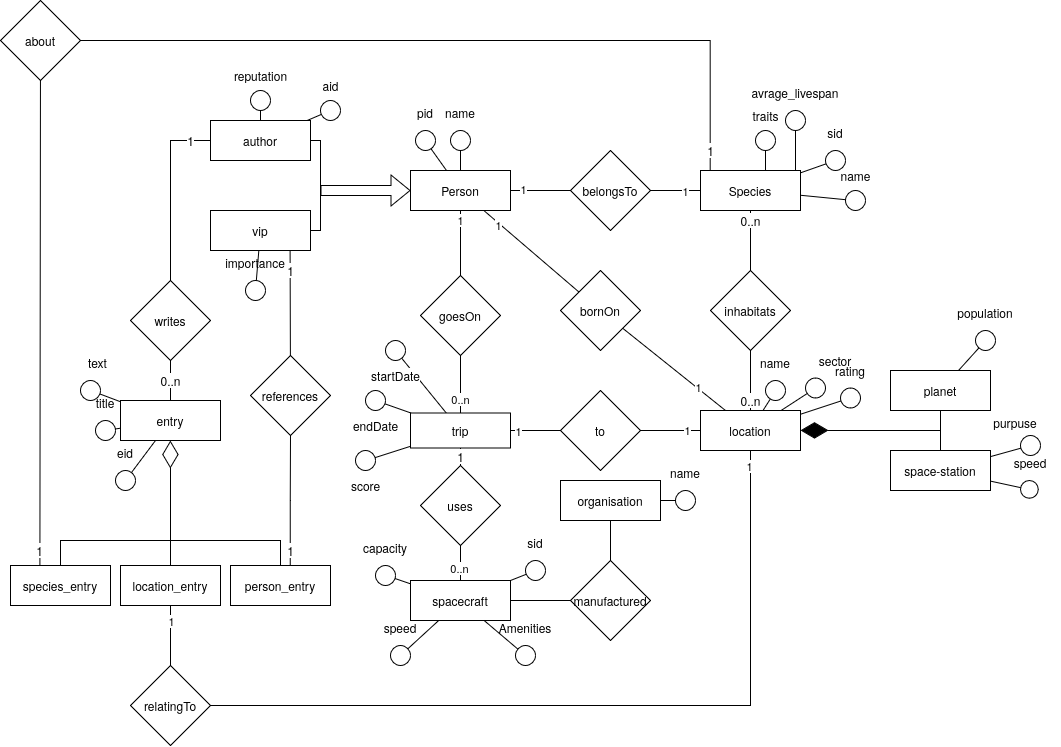
This is hhgttg-diagramm.drawio.png from MassimiIiano/hhgttg-db, a draw.io export, as it was before one commit. Source tidied: cells renumbered, new cells last; positions are measured from the earlier drawing's top-left corner, leaving out a move shared by most shapes.
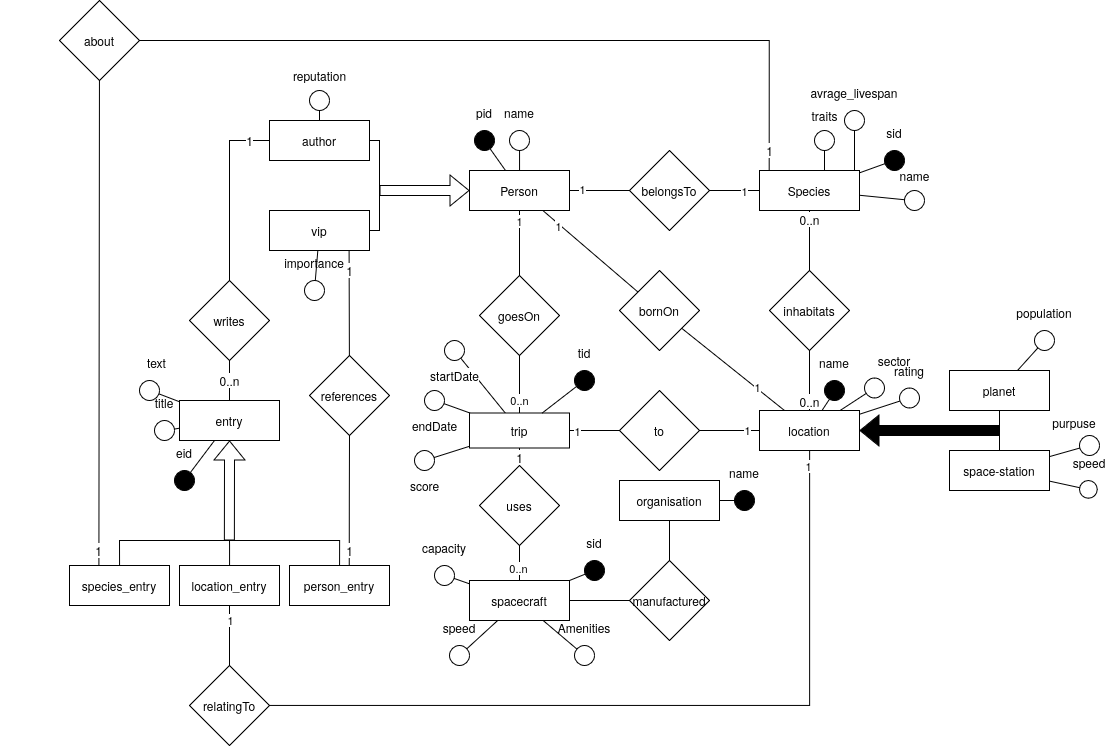
The same diagram one commit later.

The edit, as a diff of the source:
```diff
@@ -98,7 +98,7 @@
     <mxCell id="30" value="name" style="group;" parent="1" vertex="1">
       <mxGeometry x="750" y="350" width="50" height="50" as="geometry" />
     </mxCell>
-    <mxCell id="31" style="ellipse;whiteSpace=wrap;html=1;rounded=0;strokeColor=default;align=center;verticalAlign=middle;fontFamily=Helvetica;fontSize=12;fontColor=default;labelBackgroundColor=default;fillColor=default;" parent="30" vertex="1">
+    <mxCell id="31" style="ellipse;whiteSpace=wrap;html=1;rounded=0;strokeColor=default;align=center;verticalAlign=middle;fontFamily=Helvetica;fontSize=12;fontColor=default;labelBackgroundColor=default;fillColor=#000000;" parent="30" vertex="1">
       <mxGeometry x="15" y="30" width="20" height="20" as="geometry" />
     </mxCell>
     <mxCell id="32" style="edgeStyle=none;rounded=0;jettySize=auto;html=1;strokeColor=default;align=center;verticalAlign=middle;fontFamily=Helvetica;fontSize=12;fontColor=default;labelBackgroundColor=default;endArrow=none;endFill=0;" parent="1" edge="1" source="31" target="14">
@@ -186,7 +186,7 @@
     <mxCell id="57" value="sid" style="group;" parent="1" vertex="1">
       <mxGeometry x="810" y="120" width="50" height="50" as="geometry" />
     </mxCell>
-    <mxCell id="58" style="ellipse;whiteSpace=wrap;html=1;rounded=0;strokeColor=default;align=center;verticalAlign=middle;fontFamily=Helvetica;fontSize=12;fontColor=default;labelBackgroundColor=default;fillColor=default;" parent="57" vertex="1">
+    <mxCell id="58" style="ellipse;whiteSpace=wrap;html=1;rounded=0;strokeColor=default;align=center;verticalAlign=middle;fontFamily=Helvetica;fontSize=12;fontColor=default;labelBackgroundColor=default;fillColor=#000000;" parent="57" vertex="1">
       <mxGeometry x="15" y="30" width="20" height="20" as="geometry" />
     </mxCell>
     <mxCell id="59" style="edgeStyle=none;rounded=0;jettySize=auto;html=1;strokeColor=default;align=center;verticalAlign=middle;fontFamily=Helvetica;fontSize=12;fontColor=default;labelBackgroundColor=default;endArrow=none;endFill=0;" parent="1" edge="1" source="58" target="10">
@@ -195,7 +195,7 @@
     <mxCell id="60" value="pid" style="group;" parent="1" vertex="1">
       <mxGeometry x="400" y="100" width="50" height="50" as="geometry" />
     </mxCell>
-    <mxCell id="61" style="ellipse;whiteSpace=wrap;html=1;rounded=0;strokeColor=default;align=center;verticalAlign=middle;fontFamily=Helvetica;fontSize=12;fontColor=default;labelBackgroundColor=default;fillColor=default;" parent="60" vertex="1">
+    <mxCell id="61" style="ellipse;whiteSpace=wrap;html=1;rounded=0;strokeColor=default;align=center;verticalAlign=middle;fontFamily=Helvetica;fontSize=12;fontColor=default;labelBackgroundColor=default;fillColor=#000000;" parent="60" vertex="1">
       <mxGeometry x="15" y="30" width="20" height="20" as="geometry" />
     </mxCell>
     <mxCell id="62" style="edgeStyle=none;rounded=0;jettySize=auto;html=1;strokeColor=default;align=center;verticalAlign=middle;fontFamily=Helvetica;fontSize=12;fontColor=default;labelBackgroundColor=default;endArrow=none;endFill=0;" parent="1" edge="1" source="61" target="8">
@@ -216,7 +216,7 @@
     <mxCell id="67" value="name" style="group;" parent="1" vertex="1">
       <mxGeometry x="660" y="460" width="50" height="50" as="geometry" />
     </mxCell>
-    <mxCell id="68" style="ellipse;whiteSpace=wrap;html=1;rounded=0;strokeColor=default;align=center;verticalAlign=middle;fontFamily=Helvetica;fontSize=12;fontColor=default;labelBackgroundColor=default;fillColor=default;" parent="67" vertex="1">
+    <mxCell id="68" style="ellipse;whiteSpace=wrap;html=1;rounded=0;strokeColor=default;align=center;verticalAlign=middle;fontFamily=Helvetica;fontSize=12;fontColor=default;labelBackgroundColor=default;fillColor=#000000;" parent="67" vertex="1">
       <mxGeometry x="15" y="30" width="20" height="20" as="geometry" />
     </mxCell>
     <mxCell id="69" value="1" style="edgeStyle=none;rounded=0;jettySize=auto;html=1;strokeColor=default;align=center;verticalAlign=middle;fontFamily=Helvetica;fontSize=12;fontColor=default;labelBackgroundColor=default;endArrow=none;endFill=0;exitX=0.294;exitY=0.022;exitDx=0;exitDy=0;exitPerimeter=0;" parent="1" edge="1" source="70" target="96">
@@ -236,8 +236,10 @@
         <mxPoint x="170" y="540" as="targetPoint" />
       </mxGeometry>
     </mxCell>
-    <mxCell id="74" style="edgeStyle=none;shape=connector;rounded=0;jettySize=auto;html=1;strokeColor=#000000;align=center;verticalAlign=middle;fontFamily=Helvetica;fontSize=11;fontColor=default;labelBackgroundColor=default;endArrow=diamondThin;endFill=0;endSize=25;fillColor=#000000;" parent="1" edge="1" source="75" target="65">
-      <mxGeometry relative="1" as="geometry" />
+    <mxCell id="74" style="edgeStyle=none;shape=flexArrow;rounded=0;jettySize=auto;html=1;align=center;verticalAlign=middle;fontFamily=Helvetica;fontSize=11;fontColor=default;labelBackgroundColor=default;endArrow=diamondThin;endFill=0;endSize=6;startSize=6;" parent="1" edge="1" target="65">
+      <mxGeometry relative="1" as="geometry">
+        <mxPoint x="169.8" y="540" as="sourcePoint" />
+      </mxGeometry>
     </mxCell>
     <mxCell id="75" value="location_entry" style="whiteSpace=wrap;html=1;align=center;rounded=0;strokeColor=default;verticalAlign=middle;fontFamily=Helvetica;fontSize=12;fontColor=default;fillColor=default;" parent="1" vertex="1">
       <mxGeometry x="120" y="565" width="100" height="40" as="geometry" />
@@ -259,7 +261,7 @@
     <mxCell id="79" value="eid" style="group;" parent="1" vertex="1">
       <mxGeometry x="100" y="440" width="50" height="50" as="geometry" />
     </mxCell>
-    <mxCell id="80" style="ellipse;whiteSpace=wrap;html=1;rounded=0;strokeColor=default;align=center;verticalAlign=middle;fontFamily=Helvetica;fontSize=12;fontColor=default;labelBackgroundColor=default;fillColor=default;" parent="79" vertex="1">
+    <mxCell id="80" style="ellipse;whiteSpace=wrap;html=1;rounded=0;strokeColor=default;align=center;verticalAlign=middle;fontFamily=Helvetica;fontSize=12;fontColor=default;labelBackgroundColor=default;fillColor=#000000;" parent="79" vertex="1">
       <mxGeometry x="15" y="30" width="20" height="20" as="geometry" />
     </mxCell>
     <mxCell id="81" style="edgeStyle=none;rounded=0;jettySize=auto;html=1;strokeColor=default;align=center;verticalAlign=middle;fontFamily=Helvetica;fontSize=12;fontColor=default;labelBackgroundColor=default;endArrow=none;endFill=0;" parent="1" edge="1" source="80" target="65">
@@ -310,13 +312,10 @@
     <mxCell id="96" value="about" style="rhombus;whiteSpace=wrap;html=1;rounded=0;" parent="1" vertex="1">
       <mxGeometry width="80" height="80" as="geometry" />
     </mxCell>
-    <mxCell id="97" style="edgeStyle=none;rounded=0;jettySize=auto;html=1;strokeColor=default;align=center;verticalAlign=middle;fontFamily=Helvetica;fontSize=12;fontColor=default;labelBackgroundColor=default;endArrow=none;endFill=0;" parent="1" edge="1" source="125" target="43">
-      <mxGeometry relative="1" as="geometry" />
-    </mxCell>
     <mxCell id="98" value="sid" style="group;" parent="1" vertex="1">
       <mxGeometry x="510" y="530" width="50" height="50" as="geometry" />
     </mxCell>
-    <mxCell id="99" style="ellipse;whiteSpace=wrap;html=1;rounded=0;strokeColor=default;align=center;verticalAlign=middle;fontFamily=Helvetica;fontSize=12;fontColor=default;labelBackgroundColor=default;fillColor=default;" parent="98" vertex="1">
+    <mxCell id="99" style="ellipse;whiteSpace=wrap;html=1;rounded=0;strokeColor=default;align=center;verticalAlign=middle;fontFamily=Helvetica;fontSize=12;fontColor=default;labelBackgroundColor=default;fillColor=#000000;" parent="98" vertex="1">
       <mxGeometry x="15" y="30" width="20" height="20" as="geometry" />
     </mxCell>
     <mxCell id="100" style="edgeStyle=none;rounded=0;jettySize=auto;html=1;strokeColor=default;align=center;verticalAlign=middle;fontFamily=Helvetica;fontSize=12;fontColor=default;labelBackgroundColor=default;endArrow=none;endFill=0;" parent="1" edge="1" source="99" target="53">
@@ -361,7 +360,7 @@
     <mxCell id="113" value="space-station" style="whiteSpace=wrap;html=1;align=center;rounded=0;strokeColor=default;verticalAlign=middle;fontFamily=Helvetica;fontSize=12;fontColor=default;fillColor=default;" parent="1" vertex="1">
       <mxGeometry x="890" y="450" width="100" height="40" as="geometry" />
     </mxCell>
-    <mxCell id="114" style="endArrow=diamondThin;html=1;rounded=0;fillColor=#000000;endFill=1;endSize=25;" parent="1" edge="1" target="14">
+    <mxCell id="114" style="endArrow=diamondThin;html=1;rounded=0;fillColor=#000000;endFill=1;shape=flexArrow;" parent="1" edge="1" target="14">
       <mxGeometry relative="1" as="geometry">
         <mxPoint x="940" y="430" as="sourcePoint" />
       </mxGeometry>
@@ -393,15 +392,6 @@
     <mxCell id="123" style="rounded=0;jettySize=auto;html=1;endArrow=none;endFill=0;" parent="1" edge="1" source="122" target="112">
       <mxGeometry relative="1" as="geometry" />
     </mxCell>
-    <mxCell id="124" style="group;" parent="1" vertex="1">
-      <mxGeometry x="310" y="70" width="40" height="50" as="geometry" />
-    </mxCell>
-    <mxCell id="125" style="ellipse;whiteSpace=wrap;html=1;rounded=0;strokeColor=default;align=center;verticalAlign=middle;fontFamily=Helvetica;fontSize=12;fontColor=default;labelBackgroundColor=default;fillColor=default;" parent="124" vertex="1">
-      <mxGeometry x="10" y="30" width="20" height="20" as="geometry" />
-    </mxCell>
-    <mxCell id="126" value="aid" style="text;html=1;align=center;verticalAlign=middle;strokeColor=none;fillColor=none;fontFamily=Helvetica;fontSize=12;fontColor=default;labelBackgroundColor=default;" parent="124" vertex="1">
-      <mxGeometry width="40" height="30" as="geometry" />
-    </mxCell>
     <mxCell id="127" style="group;" parent="1" vertex="1">
       <mxGeometry x="370" y="340" width="60" height="50" as="geometry" />
     </mxCell>
@@ -471,5 +461,17 @@
     <mxCell id="149" style="rounded=0;jettySize=auto;html=1;endArrow=none;startFill=0;" parent="1" edge="1" source="147" target="137">
       <mxGeometry relative="1" as="geometry" />
     </mxCell>
+    <mxCell id="150" value="&amp;nbsp;" style="text;whiteSpace=wrap;html=1;fontFamily=Helvetica;fontSize=11;fontColor=default;labelBackgroundColor=default;" parent="1" vertex="1">
+      <mxGeometry x="-60" y="320" width="40" height="40" as="geometry" />
+    </mxCell>
+    <mxCell id="151" value="tid" style="group;" parent="1" vertex="1">
+      <mxGeometry x="500" y="340" width="50" height="50" as="geometry" />
+    </mxCell>
+    <mxCell id="152" style="ellipse;whiteSpace=wrap;html=1;rounded=0;strokeColor=default;align=center;verticalAlign=middle;fontFamily=Helvetica;fontSize=12;fontColor=default;labelBackgroundColor=default;fillColor=#000000;" parent="151" vertex="1">
+      <mxGeometry x="15" y="30" width="20" height="20" as="geometry" />
+    </mxCell>
+    <mxCell id="153" style="edgeStyle=none;shape=connector;rounded=0;jettySize=auto;html=1;strokeColor=default;align=center;verticalAlign=middle;fontFamily=Helvetica;fontSize=11;fontColor=default;labelBackgroundColor=default;endArrow=none;endFill=0;endSize=25;fillColor=#000000;" parent="1" edge="1" source="152" target="137">
+      <mxGeometry relative="1" as="geometry" />
+    </mxCell>
   </root>
 </mxGraphModel>
```
